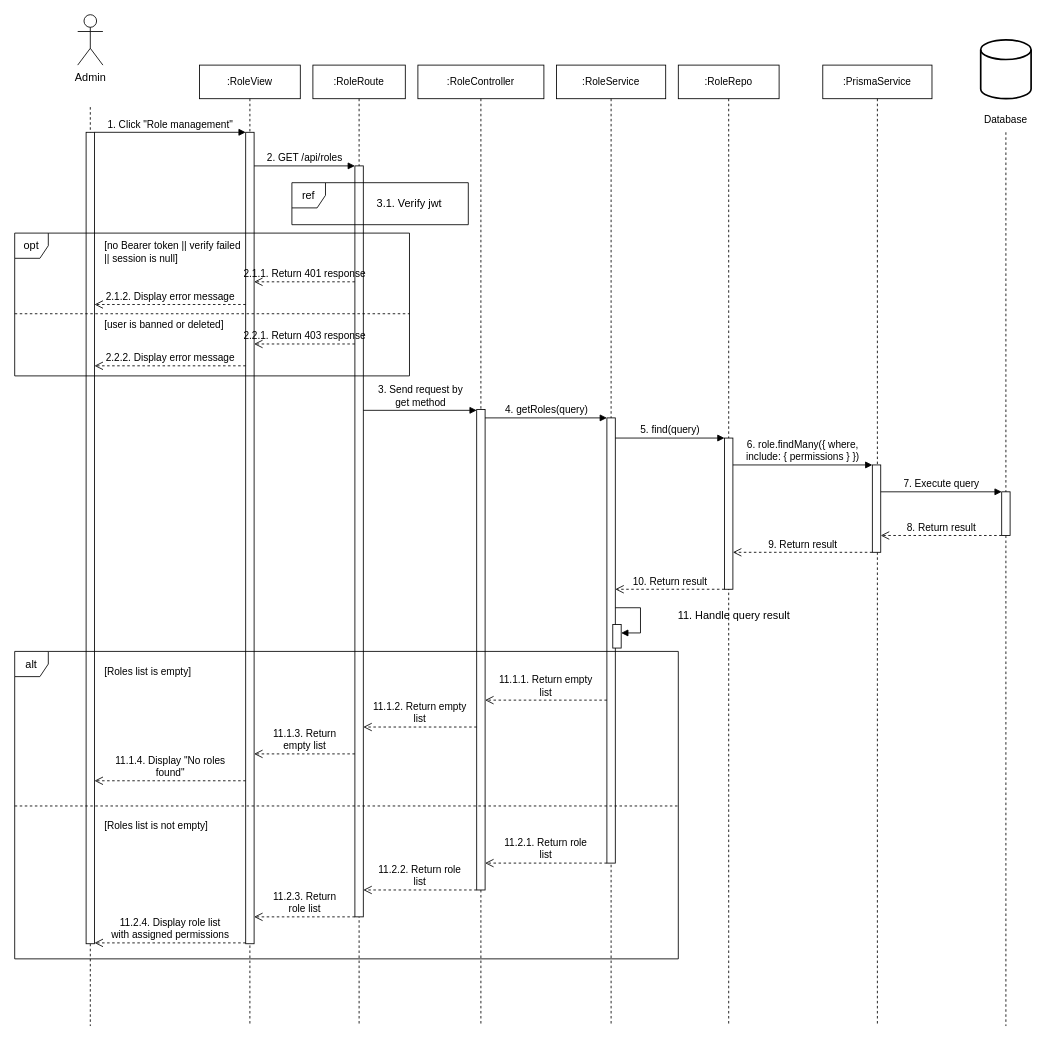
Thunggg/Frevia keeps this draw.io diagram as sequence-diagrams-remake/tthuan/UC-06_01-view-role-list.drawio. Above is the earlier version. Source tidied: cells renumbered, new cells numbered last; positions are measured from the earlier drawing's top-left corner, leaving out a move shared by most shapes. Both pictures are drawn from the tidied source at 84%, with x=0, y=0 at pixel (14, 14).
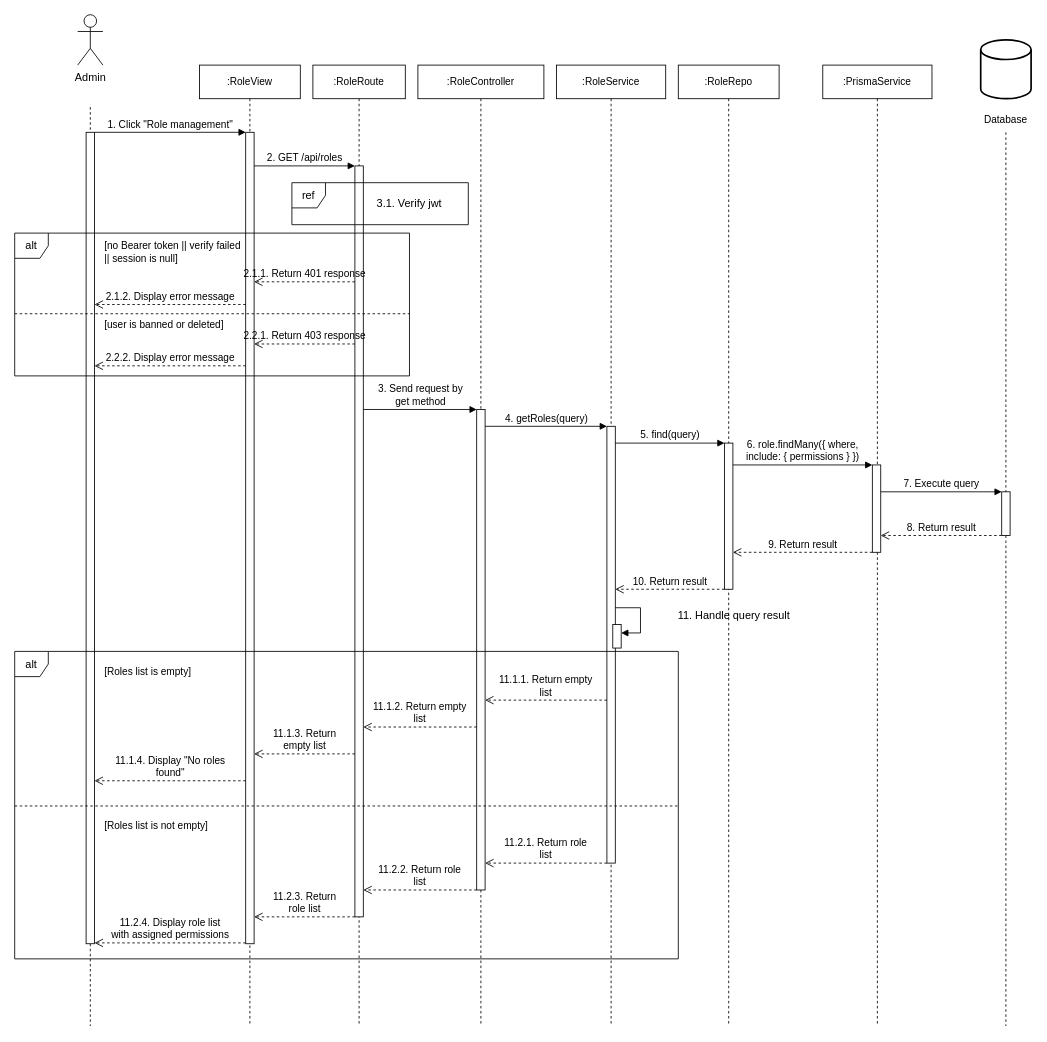
Above is the later version.

Commit message (it also covers changes not shown here):
feat: add sequence diagrams for role management use cases

What changed in the source:
```diff
@@
     <mxCell id="20" style="html=1;perimeter=orthogonalPerimeter;targetShapes=umlLifeline;newEdgeStyle={&quot;curved&quot;:0,&quot;rounded&quot;:0};labelBackgroundColor=none;" parent="1" vertex="1">
-      <mxGeometry x="705" y="480" width="10" height="530" as="geometry" />
+      <mxGeometry x="705" y="490" width="10" height="520" as="geometry" />
     </mxCell>
@@
     <mxCell id="23" style="html=1;perimeter=orthogonalPerimeter;targetShapes=umlLifeline;newEdgeStyle={&quot;curved&quot;:0,&quot;rounded&quot;:0};labelBackgroundColor=none;" parent="1" vertex="1">
-      <mxGeometry x="845" y="504" width="10" height="180" as="geometry" />
+      <mxGeometry x="845" y="510" width="10" height="174" as="geometry" />
     </mxCell>
@@
     <mxCell id="32" value="3. Send request by&lt;br&gt;get method" style="html=1;verticalAlign=bottom;endArrow=block;curved=0;rounded=0;fontSize=12;labelBackgroundColor=none;" parent="1" edge="1">
       <mxGeometry relative="1" as="geometry">
-        <mxPoint x="415" y="471" as="sourcePoint" />
-        <mxPoint x="550" y="471" as="targetPoint" />
+        <mxPoint x="415" y="470" as="sourcePoint" />
+        <mxPoint x="550" y="470" as="targetPoint" />
       </mxGeometry>
     </mxCell>
     <mxCell id="33" value="4. getRoles(query)" style="html=1;verticalAlign=bottom;endArrow=block;curved=0;rounded=0;fontSize=12;labelBackgroundColor=none;" parent="1" edge="1">
       <mxGeometry relative="1" as="geometry">
-        <mxPoint x="560" y="480" as="sourcePoint" />
-        <mxPoint x="705" y="480" as="targetPoint" />
+        <mxPoint x="560" y="490" as="sourcePoint" />
+        <mxPoint x="705" y="490" as="targetPoint" />
       </mxGeometry>
     </mxCell>
     <mxCell id="34" value="5. find(query)" style="html=1;verticalAlign=bottom;endArrow=block;curved=0;rounded=0;fontSize=12;labelBackgroundColor=none;" parent="1" edge="1">
       <mxGeometry relative="1" as="geometry">
-        <mxPoint x="715" y="504" as="sourcePoint" />
-        <mxPoint x="845" y="504" as="targetPoint" />
+        <mxPoint x="715" y="510" as="sourcePoint" />
+        <mxPoint x="845" y="510" as="targetPoint" />
       </mxGeometry>
     </mxCell>
@@
-    <mxCell id="54" value="opt" style="shape=umlFrame;whiteSpace=wrap;html=1;width=40;height=30;fontSize=13;fillColor=none;labelBackgroundColor=none;" parent="1" vertex="1">
+    <mxCell id="54" value="alt" style="shape=umlFrame;whiteSpace=wrap;html=1;width=40;height=30;fontSize=13;fillColor=none;labelBackgroundColor=none;" parent="1" vertex="1">
       <mxGeometry y="260" width="470" height="170" as="geometry" />
     </mxCell>
```
